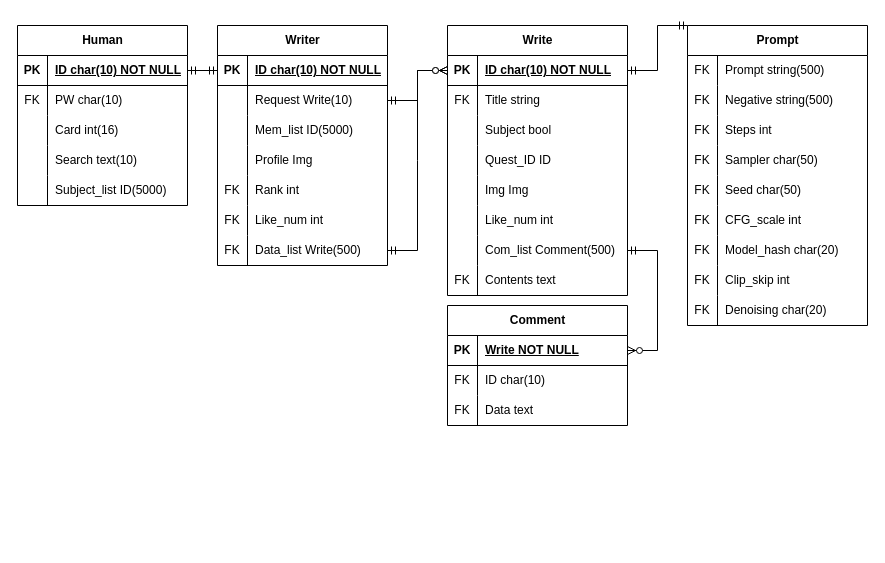
The draw.io diagram draw/db erd.drawio in dnjsrl132/barogrim, before the edit. Source tidied: cells renumbered, new cells numbered last; positions are measured from the earlier drawing's top-left corner, leaving out a move shared by most shapes. Both pictures are drawn from the tidied source at 100%, with x=0, y=0 at pixel (17, 25).
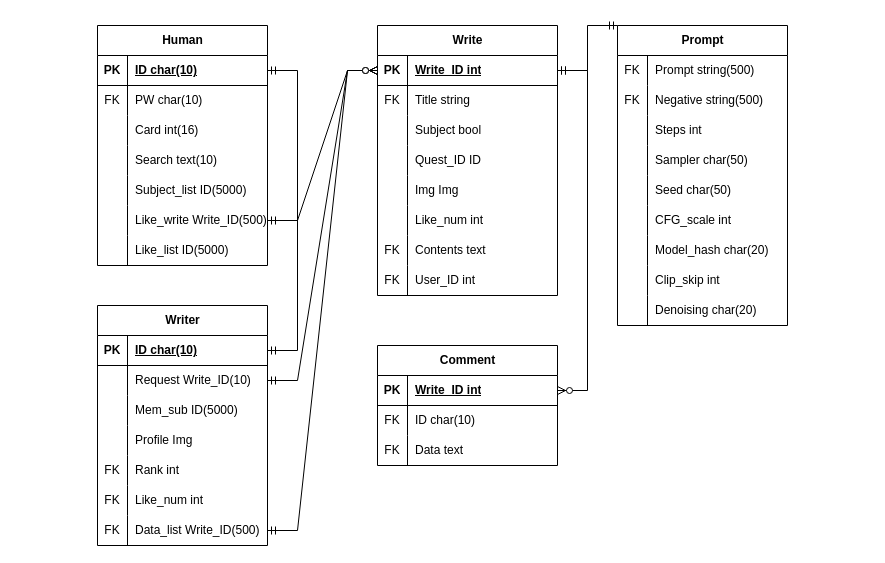
After the change.

Unchanged cells that the change refers to:
```xml
<mxCell id="3" style="shape=tableRow;horizontal=0;startSize=0;swimlaneHead=0;swimlaneBody=0;fillColor=none;points=[[0,0.5],[1,0.5]];portConstraint=eastwest;top=0;left=0;right=0;bottom=1;" parent="2" vertex="1">
  <mxGeometry y="30" width="170" height="30" as="geometry" />
</mxCell>
<mxCell id="19" style="shape=tableRow;horizontal=0;startSize=0;swimlaneHead=0;swimlaneBody=0;fillColor=none;points=[[0,0.5],[1,0.5]];portConstraint=eastwest;top=0;left=0;right=0;bottom=1;" parent="18" vertex="1">
  <mxGeometry y="30" width="170" height="30" as="geometry" />
</mxCell>
<mxCell id="22" style="shape=tableRow;horizontal=0;startSize=0;swimlaneHead=0;swimlaneBody=0;fillColor=none;points=[[0,0.5],[1,0.5]];portConstraint=eastwest;top=0;left=0;right=0;bottom=0;" parent="18" vertex="1">
  <mxGeometry y="60" width="170" height="30" as="geometry" />
</mxCell>
<mxCell id="25" style="shape=tableRow;horizontal=0;startSize=0;swimlaneHead=0;swimlaneBody=0;fillColor=none;top=0;left=0;right=0;bottom=0;" parent="18" vertex="1">
  <mxGeometry y="90" width="170" height="30" as="geometry" />
</mxCell>
<mxCell id="37" style="shape=tableRow;horizontal=0;startSize=0;swimlaneHead=0;swimlaneBody=0;fillColor=none;points=[[0,0.5],[1,0.5]];portConstraint=eastwest;top=0;left=0;right=0;bottom=0;" parent="18" vertex="1">
  <mxGeometry y="210" width="170" height="30" as="geometry" />
</mxCell>
<mxCell id="42" style="shape=tableRow;horizontal=0;startSize=0;swimlaneHead=0;swimlaneBody=0;fillColor=none;points=[[0,0.5],[1,0.5]];portConstraint=eastwest;top=0;left=0;right=0;bottom=1;" parent="41" vertex="1">
  <mxGeometry y="30" width="180" height="30" as="geometry" />
</mxCell>
<mxCell id="68" style="shape=tableRow;horizontal=0;startSize=0;swimlaneHead=0;swimlaneBody=0;fillColor=none;points=[[0,0.5],[1,0.5]];portConstraint=eastwest;top=0;left=0;right=0;bottom=1;" parent="67" vertex="1">
  <mxGeometry y="30" width="180" height="30" as="geometry" />
</mxCell>
```

Diff of the diagram source:
```diff
@@
     <mxCell id="2" value="Human" style="shape=table;startSize=30;childLayout=tableLayout;rowLines=0;fontStyle=1;align=center;html=1;" parent="1" vertex="1">
-      <mxGeometry width="170" height="180" as="geometry" />
+      <mxGeometry x="80" width="170" height="240" as="geometry" />
     </mxCell>
@@
-    <mxCell id="5" value="ID char(10) NOT NULL" style="shape=partialRectangle;fillColor=none;top=0;left=0;bottom=0;right=0;align=left;spacingLeft=6;fontStyle=5;overflow=hidden;whiteSpace=wrap;html=1;" parent="3" vertex="1">
+    <mxCell id="5" value="ID char(10)" style="shape=partialRectangle;fillColor=none;top=0;left=0;bottom=0;right=0;align=left;spacingLeft=6;fontStyle=5;overflow=hidden;whiteSpace=wrap;html=1;" parent="3" vertex="1">
       <mxGeometry x="30" width="140" height="30" as="geometry" />
     </mxCell>
@@
+    <mxCell id="108" style="shape=tableRow;horizontal=0;startSize=0;swimlaneHead=0;swimlaneBody=0;fillColor=none;points=[[0,0.5],[1,0.5]];portConstraint=eastwest;top=0;left=0;right=0;bottom=0;" parent="2" vertex="1">
+      <mxGeometry y="180" width="170" height="30" as="geometry" />
+    </mxCell>
+    <mxCell id="109" style="shape=partialRectangle;fillColor=none;top=0;left=0;bottom=0;right=0;overflow=hidden;whiteSpace=wrap;html=1;" parent="108" vertex="1">
+      <mxGeometry width="30" height="30" as="geometry" />
+    </mxCell>
+    <mxCell id="110" value="Like_write Write_ID(500)" style="shape=partialRectangle;fillColor=none;top=0;left=0;bottom=0;right=0;align=left;spacingLeft=6;overflow=hidden;whiteSpace=wrap;html=1;" parent="108" vertex="1">
+      <mxGeometry x="30" width="140" height="30" as="geometry" />
+    </mxCell>
+    <mxCell id="111" style="shape=tableRow;horizontal=0;startSize=0;swimlaneHead=0;swimlaneBody=0;fillColor=none;top=0;left=0;right=0;bottom=0;" parent="2" vertex="1">
+      <mxGeometry y="210" width="170" height="30" as="geometry" />
+    </mxCell>
+    <mxCell id="112" style="shape=partialRectangle;fillColor=none;top=0;left=0;bottom=0;right=0;overflow=hidden;whiteSpace=wrap;html=1;" parent="111" vertex="1">
+      <mxGeometry width="30" height="30" as="geometry" />
+    </mxCell>
+    <mxCell id="113" value="Like_list ID(5000)" style="shape=partialRectangle;fillColor=none;top=0;left=0;bottom=0;right=0;align=left;spacingLeft=6;overflow=hidden;whiteSpace=wrap;html=1;" parent="111" vertex="1">
+      <mxGeometry x="30" width="140" height="30" as="geometry" />
+    </mxCell>
     <mxCell id="18" value="Writer" style="shape=table;startSize=30;childLayout=tableLayout;rowLines=0;fontStyle=1;align=center;html=1;" parent="1" vertex="1">
-      <mxGeometry x="200" width="170" height="240" as="geometry" />
+      <mxGeometry x="80" y="280" width="170" height="240" as="geometry" />
     </mxCell>
@@
-    <mxCell id="21" value="ID char(10) NOT NULL" style="shape=partialRectangle;fillColor=none;top=0;left=0;bottom=0;right=0;align=left;spacingLeft=6;fontStyle=5;overflow=hidden;whiteSpace=wrap;html=1;" parent="19" vertex="1">
+    <mxCell id="21" value="ID char(10)" style="shape=partialRectangle;fillColor=none;top=0;left=0;bottom=0;right=0;align=left;spacingLeft=6;fontStyle=5;overflow=hidden;whiteSpace=wrap;html=1;" parent="19" vertex="1">
       <mxGeometry x="30" width="140" height="30" as="geometry" />
     </mxCell>
@@
-    <mxCell id="24" value="Request Write(10)" style="shape=partialRectangle;fillColor=none;top=0;left=0;bottom=0;right=0;align=left;spacingLeft=6;overflow=hidden;whiteSpace=wrap;html=1;" parent="22" vertex="1">
+    <mxCell id="24" value="Request Write_ID(10)" style="shape=partialRectangle;fillColor=none;top=0;left=0;bottom=0;right=0;align=left;spacingLeft=6;overflow=hidden;whiteSpace=wrap;html=1;" parent="22" vertex="1">
       <mxGeometry x="30" width="140" height="30" as="geometry" />
     </mxCell>
@@
-    <mxCell id="27" value="Mem_list ID(5000)" style="shape=partialRectangle;fillColor=none;top=0;left=0;bottom=0;right=0;align=left;spacingLeft=6;overflow=hidden;whiteSpace=wrap;html=1;" parent="25" vertex="1">
+    <mxCell id="27" value="Mem_sub ID(5000)" style="shape=partialRectangle;fillColor=none;top=0;left=0;bottom=0;right=0;align=left;spacingLeft=6;overflow=hidden;whiteSpace=wrap;html=1;" parent="25" vertex="1">
       <mxGeometry x="30" width="140" height="30" as="geometry" />
     </mxCell>
@@
-    <mxCell id="39" value="Data_list Write(500)" style="shape=partialRectangle;fillColor=none;top=0;left=0;bottom=0;right=0;align=left;spacingLeft=6;overflow=hidden;whiteSpace=wrap;html=1;" parent="37" vertex="1">
+    <mxCell id="39" value="Data_list Write_ID(500)" style="shape=partialRectangle;fillColor=none;top=0;left=0;bottom=0;right=0;align=left;spacingLeft=6;overflow=hidden;whiteSpace=wrap;html=1;" parent="37" vertex="1">
       <mxGeometry x="30" width="140" height="30" as="geometry" />
     </mxCell>
-    <mxCell id="40" style="edgeStyle=entityRelationEdgeStyle;fontSize=12;html=1;endArrow=ERmandOne;startArrow=ERmandOne;rounded=0;exitX=1;exitY=0.5;exitDx=0;exitDy=0;entryX=0;entryY=0.5;entryDx=0;entryDy=0;" parent="1" edge="1" source="3" target="19">
+    <mxCell id="40" style="edgeStyle=entityRelationEdgeStyle;fontSize=12;html=1;endArrow=ERmandOne;startArrow=ERmandOne;rounded=0;exitX=1;exitY=0.5;exitDx=0;exitDy=0;entryX=1;entryY=0.5;entryDx=0;entryDy=0;" parent="1" edge="1" source="3" target="19">
       <mxGeometry relative="1" as="geometry">
         <Array as="points">
-          <mxPoint x="290" y="160" />
-          <mxPoint x="320" y="180" />
-          <mxPoint x="310" y="240" />
-          <mxPoint x="310" y="240" />
-          <mxPoint x="310" y="210" />
-          <mxPoint x="320" y="130" />
-          <mxPoint x="300" y="150" />
+          <mxPoint x="210" y="160" />
+          <mxPoint x="240" y="180" />
+          <mxPoint x="230" y="240" />
+          <mxPoint x="230" y="240" />
+          <mxPoint x="230" y="210" />
+          <mxPoint x="240" y="130" />
+          <mxPoint x="220" y="150" />
         </Array>
       </mxGeometry>
     </mxCell>
     <mxCell id="41" value="Write" style="shape=table;startSize=30;childLayout=tableLayout;rowLines=0;fontStyle=1;align=center;html=1;" parent="1" vertex="1">
-      <mxGeometry x="430" width="180" height="270" as="geometry" />
+      <mxGeometry x="360" width="180" height="270" as="geometry" />
     </mxCell>
@@
-    <mxCell id="44" value="ID char(10) NOT NULL" style="shape=partialRectangle;fillColor=none;top=0;left=0;bottom=0;right=0;align=left;spacingLeft=6;fontStyle=5;overflow=hidden;whiteSpace=wrap;html=1;" parent="42" vertex="1">
+    <mxCell id="44" value="Write_ID int" style="shape=partialRectangle;fillColor=none;top=0;left=0;bottom=0;right=0;align=left;spacingLeft=6;fontStyle=5;overflow=hidden;whiteSpace=wrap;html=1;" parent="42" vertex="1">
       <mxGeometry x="30" width="150" height="30" as="geometry" />
     </mxCell>
@@
-    <mxCell id="60" style="shape=tableRow;horizontal=0;startSize=0;swimlaneHead=0;swimlaneBody=0;fillColor=none;points=[[0,0.5],[1,0.5]];portConstraint=eastwest;top=0;left=0;right=0;bottom=0;" parent="41" vertex="1">
-      <mxGeometry y="210" width="180" height="30" as="geometry" />
-    </mxCell>
-    <mxCell id="61" style="shape=partialRectangle;fillColor=none;top=0;left=0;bottom=0;right=0;overflow=hidden;whiteSpace=wrap;html=1;" parent="60" vertex="1">
-      <mxGeometry width="30" height="30" as="geometry" />
-    </mxCell>
-    <mxCell id="62" value="Com_list Comment(500)" style="shape=partialRectangle;fillColor=none;top=0;left=0;bottom=0;right=0;align=left;spacingLeft=6;overflow=hidden;whiteSpace=wrap;html=1;" parent="60" vertex="1">
-      <mxGeometry x="30" width="150" height="30" as="geometry" />
-    </mxCell>
     <mxCell id="63" style="shape=tableRow;horizontal=0;startSize=0;swimlaneHead=0;swimlaneBody=0;fillColor=none;top=0;left=0;right=0;bottom=0;" parent="41" vertex="1">
-      <mxGeometry y="240" width="180" height="30" as="geometry" />
+      <mxGeometry y="210" width="180" height="30" as="geometry" />
     </mxCell>
@@
+    <mxCell id="114" style="shape=tableRow;horizontal=0;startSize=0;swimlaneHead=0;swimlaneBody=0;fillColor=none;top=0;left=0;right=0;bottom=0;" parent="41" vertex="1">
+      <mxGeometry y="240" width="180" height="30" as="geometry" />
+    </mxCell>
+    <mxCell id="115" value="FK" style="shape=partialRectangle;fillColor=none;top=0;left=0;bottom=0;right=0;overflow=hidden;whiteSpace=wrap;html=1;" parent="114" vertex="1">
+      <mxGeometry width="30" height="30" as="geometry" />
+    </mxCell>
+    <mxCell id="116" value="User_ID int" style="shape=partialRectangle;fillColor=none;top=0;left=0;bottom=0;right=0;align=left;spacingLeft=6;overflow=hidden;whiteSpace=wrap;html=1;" parent="114" vertex="1">
+      <mxGeometry x="30" width="150" height="30" as="geometry" />
+    </mxCell>
@@
     <mxCell id="67" value="Comment" style="shape=table;startSize=30;childLayout=tableLayout;rowLines=0;fontStyle=1;align=center;html=1;" parent="1" vertex="1">
-      <mxGeometry x="430" y="280" width="180" height="120" as="geometry" />
+      <mxGeometry x="360" y="320" width="180" height="120" as="geometry" />
     </mxCell>
@@
-    <mxCell id="70" value="Write NOT NULL" style="shape=partialRectangle;fillColor=none;top=0;left=0;bottom=0;right=0;align=left;spacingLeft=6;fontStyle=5;overflow=hidden;whiteSpace=wrap;html=1;" parent="68" vertex="1">
+    <mxCell id="70" value="Write_ID int" style="shape=partialRectangle;fillColor=none;top=0;left=0;bottom=0;right=0;align=left;spacingLeft=6;fontStyle=5;overflow=hidden;whiteSpace=wrap;html=1;" parent="68" vertex="1">
       <mxGeometry x="30" width="150" height="30" as="geometry" />
     </mxCell>
@@
-    <mxCell id="77" style="edgeStyle=entityRelationEdgeStyle;fontSize=12;html=1;endArrow=ERzeroToMany;startArrow=ERmandOne;rounded=0;entryX=1;entryY=0.5;entryDx=0;entryDy=0;exitX=1;exitY=0.5;exitDx=0;exitDy=0;" parent="1" edge="1" source="60" target="68">
+    <mxCell id="77" style="edgeStyle=entityRelationEdgeStyle;fontSize=12;html=1;endArrow=ERzeroToMany;startArrow=ERmandOne;rounded=0;entryX=1;entryY=0.5;entryDx=0;entryDy=0;exitX=1;exitY=0.5;exitDx=0;exitDy=0;" parent="1" edge="1" source="42" target="68">
       <mxGeometry relative="1" as="geometry" />
     </mxCell>
@@
     <mxCell id="79" value="Prompt" style="shape=table;startSize=30;childLayout=tableLayout;rowLines=0;fontStyle=1;align=center;html=1;" parent="1" vertex="1">
-      <mxGeometry x="670" width="180" height="300" as="geometry" />
+      <mxGeometry x="600" width="170" height="300" as="geometry" />
     </mxCell>
     <mxCell id="80" style="shape=tableRow;horizontal=0;startSize=0;swimlaneHead=0;swimlaneBody=0;fillColor=none;top=0;left=0;right=0;bottom=0;" parent="79" vertex="1">
-      <mxGeometry y="30" width="180" height="30" as="geometry" />
+      <mxGeometry y="30" width="170" height="30" as="geometry" />
     </mxCell>
@@
     <mxCell id="82" value="Prompt string(500)" style="shape=partialRectangle;fillColor=none;top=0;left=0;bottom=0;right=0;align=left;spacingLeft=6;overflow=hidden;whiteSpace=wrap;html=1;" parent="80" vertex="1">
-      <mxGeometry x="30" width="150" height="30" as="geometry" />
+      <mxGeometry x="30" width="140" height="30" as="geometry" />
     </mxCell>
     <mxCell id="83" style="shape=tableRow;horizontal=0;startSize=0;swimlaneHead=0;swimlaneBody=0;fillColor=none;top=0;left=0;right=0;bottom=0;" parent="79" vertex="1">
-      <mxGeometry y="60" width="180" height="30" as="geometry" />
+      <mxGeometry y="60" width="170" height="30" as="geometry" />
     </mxCell>
@@
     <mxCell id="85" value="Negative string(500)" style="shape=partialRectangle;fillColor=none;top=0;left=0;bottom=0;right=0;align=left;spacingLeft=6;overflow=hidden;whiteSpace=wrap;html=1;" parent="83" vertex="1">
-      <mxGeometry x="30" width="150" height="30" as="geometry" />
+      <mxGeometry x="30" width="140" height="30" as="geometry" />
     </mxCell>
     <mxCell id="86" style="shape=tableRow;horizontal=0;startSize=0;swimlaneHead=0;swimlaneBody=0;fillColor=none;top=0;left=0;right=0;bottom=0;" parent="79" vertex="1">
-      <mxGeometry y="90" width="180" height="30" as="geometry" />
+      <mxGeometry y="90" width="170" height="30" as="geometry" />
     </mxCell>
-    <mxCell id="87" value="FK" style="shape=partialRectangle;fillColor=none;top=0;left=0;bottom=0;right=0;overflow=hidden;whiteSpace=wrap;html=1;" parent="86" vertex="1">
+    <mxCell id="87" style="shape=partialRectangle;fillColor=none;top=0;left=0;bottom=0;right=0;overflow=hidden;whiteSpace=wrap;html=1;" parent="86" vertex="1">
       <mxGeometry width="30" height="30" as="geometry" />
     </mxCell>
     <mxCell id="88" value="Steps int" style="shape=partialRectangle;fillColor=none;top=0;left=0;bottom=0;right=0;align=left;spacingLeft=6;overflow=hidden;whiteSpace=wrap;html=1;" parent="86" vertex="1">
-      <mxGeometry x="30" width="150" height="30" as="geometry" />
+      <mxGeometry x="30" width="140" height="30" as="geometry" />
     </mxCell>
     <mxCell id="89" style="shape=tableRow;horizontal=0;startSize=0;swimlaneHead=0;swimlaneBody=0;fillColor=none;top=0;left=0;right=0;bottom=0;" parent="79" vertex="1">
-      <mxGeometry y="120" width="180" height="30" as="geometry" />
+      <mxGeometry y="120" width="170" height="30" as="geometry" />
     </mxCell>
-    <mxCell id="90" value="FK" style="shape=partialRectangle;fillColor=none;top=0;left=0;bottom=0;right=0;overflow=hidden;whiteSpace=wrap;html=1;" parent="89" vertex="1">
+    <mxCell id="90" style="shape=partialRectangle;fillColor=none;top=0;left=0;bottom=0;right=0;overflow=hidden;whiteSpace=wrap;html=1;" parent="89" vertex="1">
       <mxGeometry width="30" height="30" as="geometry" />
     </mxCell>
     <mxCell id="91" value="Sampler char(50)" style="shape=partialRectangle;fillColor=none;top=0;left=0;bottom=0;right=0;align=left;spacingLeft=6;overflow=hidden;whiteSpace=wrap;html=1;" parent="89" vertex="1">
-      <mxGeometry x="30" width="150" height="30" as="geometry" />
+      <mxGeometry x="30" width="140" height="30" as="geometry" />
     </mxCell>
     <mxCell id="92" style="shape=tableRow;horizontal=0;startSize=0;swimlaneHead=0;swimlaneBody=0;fillColor=none;top=0;left=0;right=0;bottom=0;" parent="79" vertex="1">
-      <mxGeometry y="150" width="180" height="30" as="geometry" />
+      <mxGeometry y="150" width="170" height="30" as="geometry" />
     </mxCell>
-    <mxCell id="93" value="FK" style="shape=partialRectangle;fillColor=none;top=0;left=0;bottom=0;right=0;overflow=hidden;whiteSpace=wrap;html=1;" parent="92" vertex="1">
+    <mxCell id="93" style="shape=partialRectangle;fillColor=none;top=0;left=0;bottom=0;right=0;overflow=hidden;whiteSpace=wrap;html=1;" parent="92" vertex="1">
       <mxGeometry width="30" height="30" as="geometry" />
     </mxCell>
     <mxCell id="94" value="Seed char(50)" style="shape=partialRectangle;fillColor=none;top=0;left=0;bottom=0;right=0;align=left;spacingLeft=6;overflow=hidden;whiteSpace=wrap;html=1;" parent="92" vertex="1">
-      <mxGeometry x="30" width="150" height="30" as="geometry" />
+      <mxGeometry x="30" width="140" height="30" as="geometry" />
     </mxCell>
     <mxCell id="95" style="shape=tableRow;horizontal=0;startSize=0;swimlaneHead=0;swimlaneBody=0;fillColor=none;top=0;left=0;right=0;bottom=0;" parent="79" vertex="1">
-      <mxGeometry y="180" width="180" height="30" as="geometry" />
+      <mxGeometry y="180" width="170" height="30" as="geometry" />
     </mxCell>
-    <mxCell id="96" value="FK" style="shape=partialRectangle;fillColor=none;top=0;left=0;bottom=0;right=0;overflow=hidden;whiteSpace=wrap;html=1;" parent="95" vertex="1">
+    <mxCell id="96" style="shape=partialRectangle;fillColor=none;top=0;left=0;bottom=0;right=0;overflow=hidden;whiteSpace=wrap;html=1;" parent="95" vertex="1">
       <mxGeometry width="30" height="30" as="geometry" />
     </mxCell>
     <mxCell id="97" value="CFG_scale int" style="shape=partialRectangle;fillColor=none;top=0;left=0;bottom=0;right=0;align=left;spacingLeft=6;overflow=hidden;whiteSpace=wrap;html=1;" parent="95" vertex="1">
-      <mxGeometry x="30" width="150" height="30" as="geometry" />
+      <mxGeometry x="30" width="140" height="30" as="geometry" />
     </mxCell>
     <mxCell id="98" style="shape=tableRow;horizontal=0;startSize=0;swimlaneHead=0;swimlaneBody=0;fillColor=none;top=0;left=0;right=0;bottom=0;" parent="79" vertex="1">
-      <mxGeometry y="210" width="180" height="30" as="geometry" />
+      <mxGeometry y="210" width="170" height="30" as="geometry" />
     </mxCell>
-    <mxCell id="99" value="FK" style="shape=partialRectangle;fillColor=none;top=0;left=0;bottom=0;right=0;overflow=hidden;whiteSpace=wrap;html=1;" parent="98" vertex="1">
+    <mxCell id="99" style="shape=partialRectangle;fillColor=none;top=0;left=0;bottom=0;right=0;overflow=hidden;whiteSpace=wrap;html=1;" parent="98" vertex="1">
       <mxGeometry width="30" height="30" as="geometry" />
     </mxCell>
     <mxCell id="100" value="Model_hash char(20)" style="shape=partialRectangle;fillColor=none;top=0;left=0;bottom=0;right=0;align=left;spacingLeft=6;overflow=hidden;whiteSpace=wrap;html=1;" parent="98" vertex="1">
-      <mxGeometry x="30" width="150" height="30" as="geometry" />
+      <mxGeometry x="30" width="140" height="30" as="geometry" />
     </mxCell>
     <mxCell id="101" style="shape=tableRow;horizontal=0;startSize=0;swimlaneHead=0;swimlaneBody=0;fillColor=none;top=0;left=0;right=0;bottom=0;" parent="79" vertex="1">
-      <mxGeometry y="240" width="180" height="30" as="geometry" />
+      <mxGeometry y="240" width="170" height="30" as="geometry" />
     </mxCell>
-    <mxCell id="102" value="FK" style="shape=partialRectangle;fillColor=none;top=0;left=0;bottom=0;right=0;overflow=hidden;whiteSpace=wrap;html=1;" parent="101" vertex="1">
+    <mxCell id="102" style="shape=partialRectangle;fillColor=none;top=0;left=0;bottom=0;right=0;overflow=hidden;whiteSpace=wrap;html=1;" parent="101" vertex="1">
       <mxGeometry width="30" height="30" as="geometry" />
     </mxCell>
     <mxCell id="103" value="Clip_skip int" style="shape=partialRectangle;fillColor=none;top=0;left=0;bottom=0;right=0;align=left;spacingLeft=6;overflow=hidden;whiteSpace=wrap;html=1;" parent="101" vertex="1">
-      <mxGeometry x="30" width="150" height="30" as="geometry" />
+      <mxGeometry x="30" width="140" height="30" as="geometry" />
     </mxCell>
     <mxCell id="104" style="shape=tableRow;horizontal=0;startSize=0;swimlaneHead=0;swimlaneBody=0;fillColor=none;top=0;left=0;right=0;bottom=0;" parent="79" vertex="1">
-      <mxGeometry y="270" width="180" height="30" as="geometry" />
+      <mxGeometry y="270" width="170" height="30" as="geometry" />
     </mxCell>
-    <mxCell id="105" value="FK" style="shape=partialRectangle;fillColor=none;top=0;left=0;bottom=0;right=0;overflow=hidden;whiteSpace=wrap;html=1;" parent="104" vertex="1">
+    <mxCell id="105" style="shape=partialRectangle;fillColor=none;top=0;left=0;bottom=0;right=0;overflow=hidden;whiteSpace=wrap;html=1;" parent="104" vertex="1">
       <mxGeometry width="30" height="30" as="geometry" />
     </mxCell>
     <mxCell id="106" value="Denoising char(20)" style="shape=partialRectangle;fillColor=none;top=0;left=0;bottom=0;right=0;align=left;spacingLeft=6;overflow=hidden;whiteSpace=wrap;html=1;" parent="104" vertex="1">
-      <mxGeometry x="30" width="150" height="30" as="geometry" />
+      <mxGeometry x="30" width="140" height="30" as="geometry" />
     </mxCell>
     <mxCell id="107" style="edgeStyle=entityRelationEdgeStyle;fontSize=12;html=1;endArrow=ERmandOne;startArrow=ERmandOne;rounded=0;exitX=0;exitY=0;exitDx=0;exitDy=0;entryX=1;entryY=0.5;entryDx=0;entryDy=0;" parent="1" edge="1" source="79" target="42">
       <mxGeometry relative="1" as="geometry">
         <Array as="points">
-          <mxPoint x="300" y="170" />
-          <mxPoint x="330" y="190" />
-          <mxPoint x="640" y="20" />
-          <mxPoint x="320" y="250" />
-          <mxPoint x="320" y="250" />
-          <mxPoint x="320" y="220" />
-          <mxPoint x="330" y="140" />
-          <mxPoint x="310" y="160" />
+          <mxPoint x="220" y="170" />
+          <mxPoint x="250" y="190" />
+          <mxPoint x="560" y="20" />
+          <mxPoint x="240" y="250" />
+          <mxPoint x="240" y="250" />
+          <mxPoint x="240" y="220" />
+          <mxPoint x="250" y="140" />
+          <mxPoint x="230" y="160" />
         </Array>
       </mxGeometry>
     </mxCell>
+    <mxCell id="117" style="edgeStyle=entityRelationEdgeStyle;fontSize=12;html=1;endArrow=ERzeroToMany;startArrow=ERmandOne;rounded=0;entryX=0;entryY=0.5;entryDx=0;entryDy=0;exitX=1;exitY=0.5;exitDx=0;exitDy=0;" parent="1" edge="1" source="108" target="42">
+      <mxGeometry relative="1" as="geometry" />
+    </mxCell>
```
